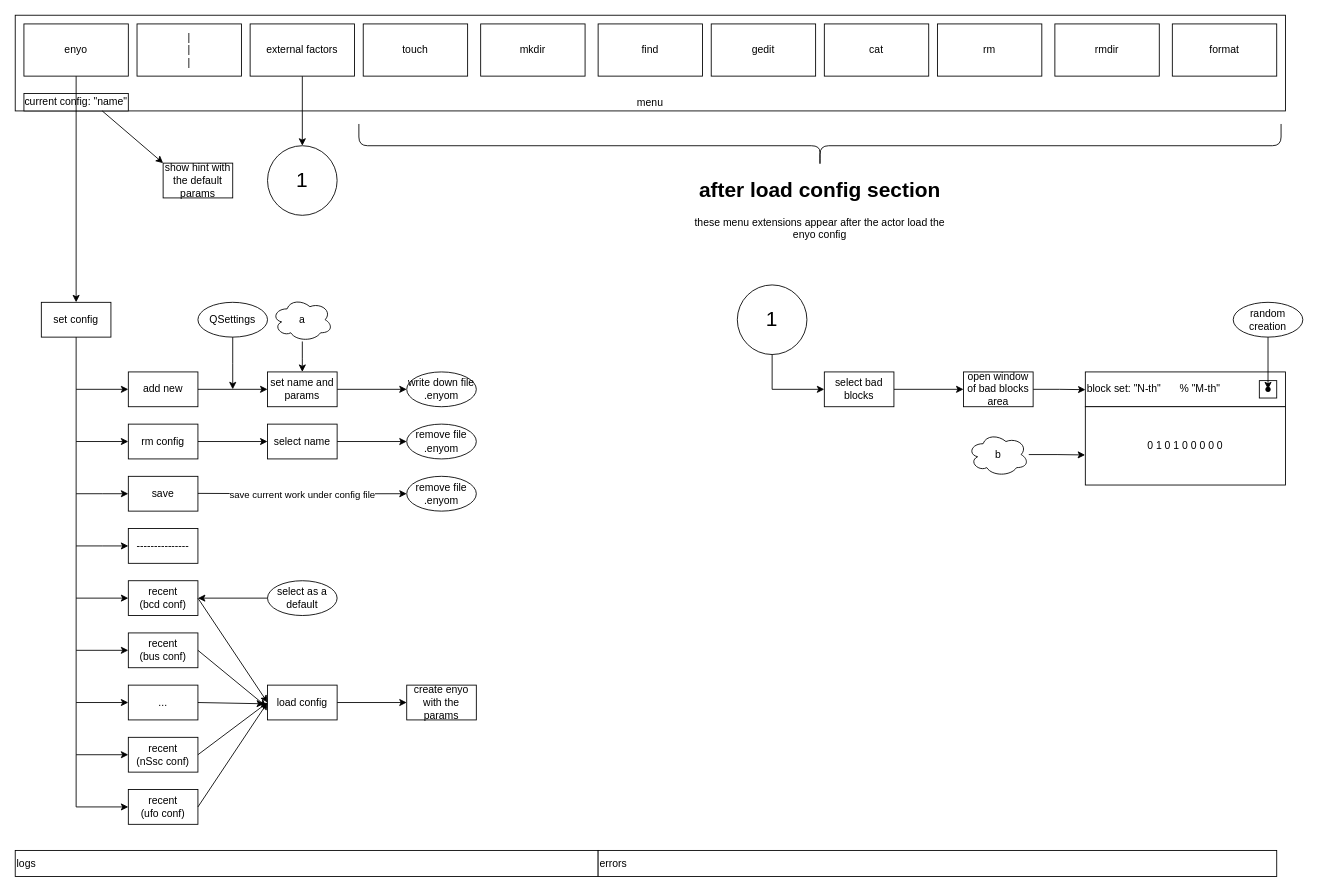
This is page "Page-1" (1 of 2) of enyoM ui.drawio from embrace0feternity/blablabla, a draw.io file, before an edit. Source tidied: cells renumbered, new cells numbered last; positions are measured from the earlier drawing's top-left corner, leaving out a move shared by most shapes. Both pictures are drawn from the tidied source at 87%, with x=0, y=0 at pixel (15, -316).
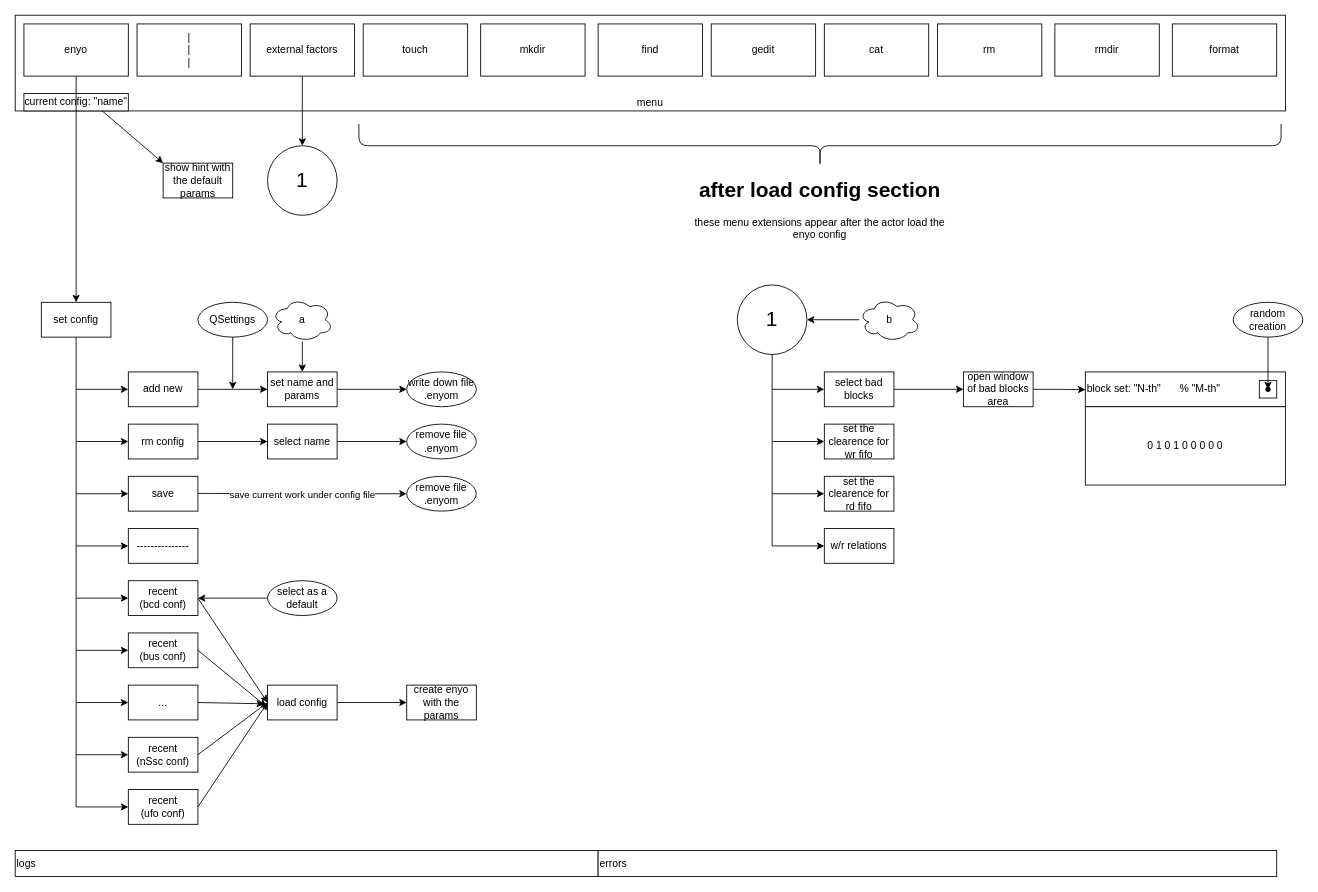
The same diagram, later.

Commit message (it also covers changes not shown here):
add rw relations, and clearence of rw fifos. enyoM ui.drawio

Unchanged cells that the change refers to:
```xml
<mxCell id="68" value="&lt;font style=&quot;font-size: 24px;&quot;&gt;1&lt;/font&gt;" style="ellipse;whiteSpace=wrap;html=1;rounded=0;" parent="1" vertex="1">
  <mxGeometry x="830" y="690" width="80" height="80" as="geometry" />
</mxCell>
<mxCell id="74" value="0 1 0 1 0 0 0 0 0" style="rounded=0;whiteSpace=wrap;html=1;" parent="1" vertex="1">
  <mxGeometry x="1230" y="830" width="230" height="90" as="geometry" />
</mxCell>
```

What changed in the source:
```diff
@@
-    <mxCell id="80" style="edgeStyle=orthogonalEdgeStyle;rounded=0;jettySize=auto;html=1;entryX=-0.001;entryY=0.616;entryDx=0;entryDy=0;entryPerimeter=0;" parent="1" edge="1" source="81" target="74">
-      <mxGeometry relative="1" as="geometry" />
-    </mxCell>
+    <mxCell id="82" style="edgeStyle=orthogonalEdgeStyle;rounded=0;jettySize=auto;html=1;" parent="1" edge="1" source="81" target="68">
+      <mxGeometry relative="1" as="geometry" />
+    </mxCell>
     <mxCell id="81" value="b" style="ellipse;shape=cloud;whiteSpace=wrap;html=1;" parent="1" vertex="1">
-      <mxGeometry x="1095" y="860" width="70" height="50" as="geometry" />
+      <mxGeometry x="970" y="705" width="70" height="50" as="geometry" />
     </mxCell>
+    <mxCell id="83" value="set the clearence for wr fifo" style="rounded=0;whiteSpace=wrap;html=1;" parent="1" vertex="1">
+      <mxGeometry x="930" y="850" width="80" height="40" as="geometry" />
+    </mxCell>
+    <mxCell id="84" style="endArrow=classic;html=1;rounded=0;entryX=0;entryY=0.5;entryDx=0;entryDy=0;" parent="1" edge="1" target="83">
+      <mxGeometry relative="1" as="geometry">
+        <mxPoint x="870" y="810" as="sourcePoint" />
+        <Array as="points">
+          <mxPoint x="870" y="870" />
+        </Array>
+      </mxGeometry>
+    </mxCell>
+    <mxCell id="85" value="set the clearence for rd&amp;nbsp;&lt;span style=&quot;background-color: initial;&quot;&gt;fifo&lt;/span&gt;" style="rounded=0;whiteSpace=wrap;html=1;" parent="1" vertex="1">
+      <mxGeometry x="930" y="910" width="80" height="40" as="geometry" />
+    </mxCell>
+    <mxCell id="86" style="endArrow=classic;html=1;rounded=0;entryX=0;entryY=0.5;entryDx=0;entryDy=0;" parent="1" edge="1" target="85">
+      <mxGeometry relative="1" as="geometry">
+        <mxPoint x="870" y="870" as="sourcePoint" />
+        <Array as="points">
+          <mxPoint x="870" y="930" />
+        </Array>
+      </mxGeometry>
+    </mxCell>
+    <mxCell id="87" value="w/r relations" style="rounded=0;whiteSpace=wrap;html=1;" parent="1" vertex="1">
+      <mxGeometry x="930" y="970" width="80" height="40" as="geometry" />
+    </mxCell>
+    <mxCell id="88" style="endArrow=classic;html=1;rounded=0;entryX=0;entryY=0.5;entryDx=0;entryDy=0;" parent="1" edge="1" target="87">
+      <mxGeometry relative="1" as="geometry">
+        <mxPoint x="870" y="930" as="sourcePoint" />
+        <Array as="points">
+          <mxPoint x="870" y="990" />
+        </Array>
+      </mxGeometry>
+    </mxCell>
```
